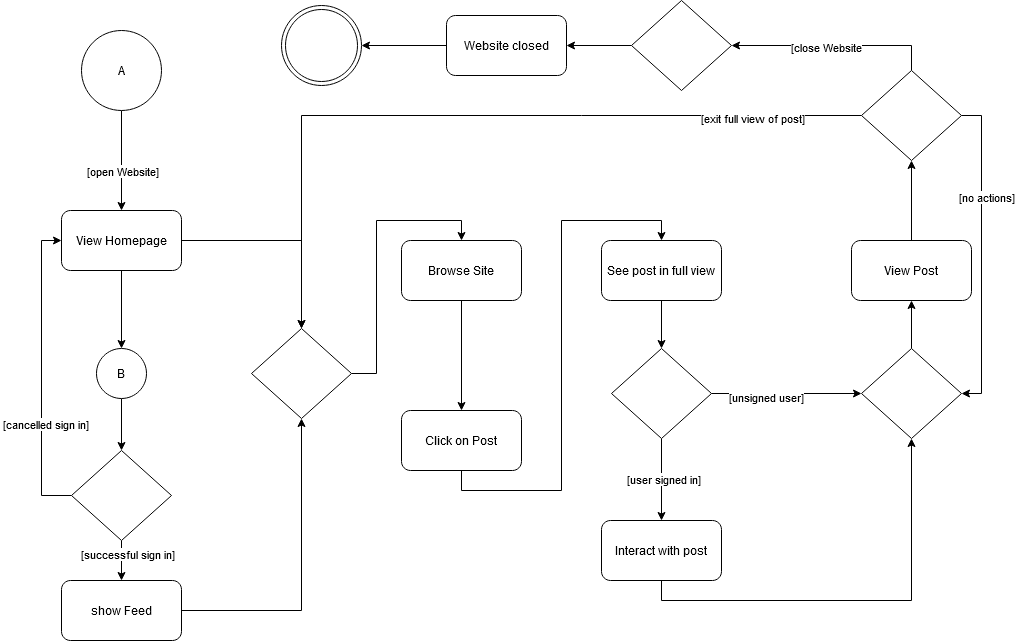
SE-TINF22B6/DHBWhub keeps this draw.io diagram as docs/diagrams/UserActivityThreadView.drawio.png. Above is the earlier version. Source tidied: cells renumbered, new cells last; positions are measured from the earlier drawing's top-left corner, leaving out a move shared by most shapes.
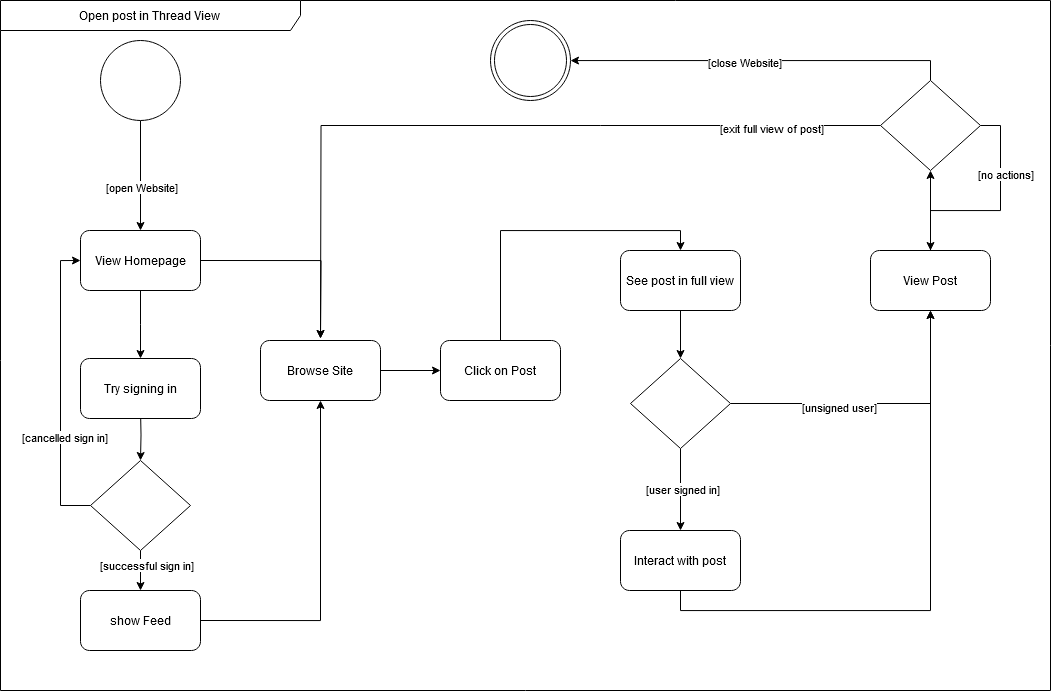
After the commit.

Change to the diagram source:
```diff
@@ -10,24 +10,27 @@
         <mxPoint x="4" as="offset" />
       </mxGeometry>
     </mxCell>
-    <mxCell id="4" value="A" style="ellipse;whiteSpace=wrap;html=1;" parent="1" vertex="1">
+    <mxCell id="4" style="ellipse;whiteSpace=wrap;html=1;" parent="1" vertex="1">
       <mxGeometry x="20" y="30" width="80" height="80" as="geometry" />
     </mxCell>
-    <mxCell id="5" style="edgeStyle=orthogonalEdgeStyle;rounded=0;jettySize=auto;html=1;exitX=0.5;exitY=1;exitDx=0;exitDy=0;entryX=0.5;entryY=0;entryDx=0;entryDy=0;" parent="1" edge="1" source="7" target="9">
-      <mxGeometry relative="1" as="geometry" />
+    <mxCell id="5" style="edgeStyle=orthogonalEdgeStyle;rounded=0;jettySize=auto;html=1;exitX=0.5;exitY=1;exitDx=0;exitDy=0;entryX=0.5;entryY=0;entryDx=0;entryDy=0;" parent="1" edge="1" source="7">
+      <mxGeometry relative="1" as="geometry">
+        <mxPoint x="60" y="348" as="targetPoint" />
+      </mxGeometry>
     </mxCell>
-    <mxCell id="6" style="edgeStyle=orthogonalEdgeStyle;rounded=0;jettySize=auto;html=1;exitX=1;exitY=0.5;exitDx=0;exitDy=0;entryX=0.5;entryY=0;entryDx=0;entryDy=0;" parent="1" edge="1" source="7" target="18">
-      <mxGeometry relative="1" as="geometry" />
+    <mxCell id="6" style="edgeStyle=orthogonalEdgeStyle;rounded=0;jettySize=auto;html=1;exitX=1;exitY=0.5;exitDx=0;exitDy=0;entryX=0.5;entryY=0;entryDx=0;entryDy=0;" parent="1" edge="1" source="7">
+      <mxGeometry relative="1" as="geometry">
+        <mxPoint x="240" y="328" as="targetPoint" />
+      </mxGeometry>
     </mxCell>
     <mxCell id="7" value="View Homepage" style="rounded=1;whiteSpace=wrap;html=1;" parent="1" vertex="1">
-      <mxGeometry y="210" width="120" height="60" as="geometry" />
+      <mxGeometry y="220" width="120" height="60" as="geometry" />
     </mxCell>
-    <mxCell id="8" style="edgeStyle=orthogonalEdgeStyle;rounded=0;jettySize=auto;html=1;exitX=0.5;exitY=1;exitDx=0;exitDy=0;entryX=0.5;entryY=0;entryDx=0;entryDy=0;" parent="1" edge="1" source="9" target="14">
-      <mxGeometry relative="1" as="geometry" />
+    <mxCell id="8" style="edgeStyle=orthogonalEdgeStyle;rounded=0;jettySize=auto;html=1;exitX=0.5;exitY=1;exitDx=0;exitDy=0;entryX=0.5;entryY=0;entryDx=0;entryDy=0;" parent="1" edge="1" target="14">
+      <mxGeometry relative="1" as="geometry">
+        <mxPoint x="60" y="398" as="sourcePoint" />
+      </mxGeometry>
     </mxCell>
-    <mxCell id="9" value="B" style="ellipse;whiteSpace=wrap;html=1;" parent="1" vertex="1">
-      <mxGeometry x="35" y="348" width="50" height="50" as="geometry" />
-    </mxCell>
     <mxCell id="10" style="edgeStyle=orthogonalEdgeStyle;rounded=0;jettySize=auto;html=1;exitX=0;exitY=0.5;exitDx=0;exitDy=0;entryX=0;entryY=0.5;entryDx=0;entryDy=0;" parent="1" edge="1" source="14" target="7">
       <mxGeometry relative="1" as="geometry" />
     </mxCell>
@@ -43,29 +46,23 @@
     <mxCell id="14" style="rhombus;whiteSpace=wrap;html=1;" parent="1" vertex="1">
       <mxGeometry x="10" y="450" width="100" height="90" as="geometry" />
     </mxCell>
-    <mxCell id="15" style="edgeStyle=orthogonalEdgeStyle;rounded=0;jettySize=auto;html=1;exitX=1;exitY=0.5;exitDx=0;exitDy=0;" parent="1" edge="1" source="16" target="18">
+    <mxCell id="15" style="edgeStyle=orthogonalEdgeStyle;rounded=0;jettySize=auto;html=1;exitX=1;exitY=0.5;exitDx=0;exitDy=0;entryX=0.5;entryY=1;entryDx=0;entryDy=0;" parent="1" edge="1" source="16" target="20">
       <mxGeometry relative="1" as="geometry" />
     </mxCell>
     <mxCell id="16" value="show Feed" style="rounded=1;whiteSpace=wrap;html=1;" parent="1" vertex="1">
       <mxGeometry y="580" width="120" height="60" as="geometry" />
     </mxCell>
-    <mxCell id="17" style="edgeStyle=orthogonalEdgeStyle;rounded=0;jettySize=auto;html=1;exitX=1;exitY=0.5;exitDx=0;exitDy=0;entryX=0.5;entryY=0;entryDx=0;entryDy=0;" parent="1" edge="1" source="18" target="20">
-      <mxGeometry relative="1" as="geometry" />
-    </mxCell>
-    <mxCell id="18" style="rhombus;whiteSpace=wrap;html=1;" parent="1" vertex="1">
-      <mxGeometry x="190" y="328" width="100" height="90" as="geometry" />
-    </mxCell>
-    <mxCell id="19" style="edgeStyle=orthogonalEdgeStyle;rounded=0;jettySize=auto;html=1;exitX=0.5;exitY=1;exitDx=0;exitDy=0;entryX=0.5;entryY=0;entryDx=0;entryDy=0;" parent="1" edge="1" source="20" target="22">
+    <mxCell id="19" style="edgeStyle=orthogonalEdgeStyle;rounded=0;jettySize=auto;html=1;exitX=1;exitY=0.5;exitDx=0;exitDy=0;entryX=0;entryY=0.5;entryDx=0;entryDy=0;" parent="1" edge="1" source="20" target="22">
       <mxGeometry relative="1" as="geometry" />
     </mxCell>
     <mxCell id="20" value="Browse Site" style="rounded=1;whiteSpace=wrap;html=1;" parent="1" vertex="1">
-      <mxGeometry x="340" y="240" width="120" height="60" as="geometry" />
+      <mxGeometry x="180" y="330" width="120" height="60" as="geometry" />
     </mxCell>
-    <mxCell id="21" style="edgeStyle=orthogonalEdgeStyle;rounded=0;jettySize=auto;html=1;exitX=0.5;exitY=1;exitDx=0;exitDy=0;entryX=0.5;entryY=0;entryDx=0;entryDy=0;" parent="1" edge="1" source="22" target="24">
+    <mxCell id="21" style="edgeStyle=orthogonalEdgeStyle;rounded=0;jettySize=auto;html=1;exitX=0.5;exitY=0;exitDx=0;exitDy=0;entryX=0.5;entryY=0;entryDx=0;entryDy=0;" parent="1" edge="1" source="22" target="24">
       <mxGeometry relative="1" as="geometry" />
     </mxCell>
     <mxCell id="22" value="Click on Post" style="rounded=1;whiteSpace=wrap;html=1;" parent="1" vertex="1">
-      <mxGeometry x="340" y="410" width="120" height="60" as="geometry" />
+      <mxGeometry x="360" y="330" width="120" height="60" as="geometry" />
     </mxCell>
     <mxCell id="23" style="edgeStyle=orthogonalEdgeStyle;rounded=0;jettySize=auto;html=1;exitX=0.5;exitY=1;exitDx=0;exitDy=0;entryX=0.5;entryY=0;entryDx=0;entryDy=0;" parent="1" edge="1" source="24" target="29">
       <mxGeometry relative="1" as="geometry" />
@@ -79,7 +76,7 @@
     <mxCell id="26" value="[user signed in]" style="edgeLabel;html=1;align=center;verticalAlign=middle;" parent="25" vertex="1">
       <mxGeometry x="-0.02" y="1" relative="1" as="geometry" />
     </mxCell>
-    <mxCell id="27" style="edgeStyle=orthogonalEdgeStyle;rounded=0;jettySize=auto;html=1;exitX=1;exitY=0.5;exitDx=0;exitDy=0;entryX=0;entryY=0.5;entryDx=0;entryDy=0;" parent="1" edge="1" source="29" target="33">
+    <mxCell id="27" style="edgeStyle=orthogonalEdgeStyle;rounded=0;jettySize=auto;html=1;exitX=1;exitY=0.5;exitDx=0;exitDy=0;entryX=0.5;entryY=1;entryDx=0;entryDy=0;" parent="1" edge="1" source="29" target="35">
       <mxGeometry relative="1" as="geometry" />
     </mxCell>
     <mxCell id="28" value="[unsigned user]" style="edgeLabel;html=1;align=center;verticalAlign=middle;" parent="27" vertex="1">
@@ -90,25 +87,19 @@
     <mxCell id="29" style="rhombus;whiteSpace=wrap;html=1;" parent="1" vertex="1">
       <mxGeometry x="550" y="348" width="100" height="90" as="geometry" />
     </mxCell>
-    <mxCell id="30" style="edgeStyle=orthogonalEdgeStyle;rounded=0;jettySize=auto;html=1;exitX=0.5;exitY=1;exitDx=0;exitDy=0;entryX=0.5;entryY=1;entryDx=0;entryDy=0;" parent="1" edge="1" source="31" target="33">
+    <mxCell id="30" style="edgeStyle=orthogonalEdgeStyle;rounded=0;jettySize=auto;html=1;exitX=0.5;exitY=1;exitDx=0;exitDy=0;entryX=0.5;entryY=1;entryDx=0;entryDy=0;" parent="1" edge="1" source="31" target="35">
       <mxGeometry relative="1" as="geometry" />
     </mxCell>
     <mxCell id="31" value="Interact with post" style="rounded=1;whiteSpace=wrap;html=1;" parent="1" vertex="1">
       <mxGeometry x="540" y="520" width="120" height="60" as="geometry" />
     </mxCell>
-    <mxCell id="32" style="edgeStyle=orthogonalEdgeStyle;rounded=0;jettySize=auto;html=1;exitX=0.5;exitY=0;exitDx=0;exitDy=0;entryX=0.5;entryY=1;entryDx=0;entryDy=0;" parent="1" edge="1" source="33" target="35">
-      <mxGeometry relative="1" as="geometry" />
-    </mxCell>
-    <mxCell id="33" style="rhombus;whiteSpace=wrap;html=1;" parent="1" vertex="1">
-      <mxGeometry x="800" y="348" width="100" height="90" as="geometry" />
-    </mxCell>
     <mxCell id="34" style="edgeStyle=orthogonalEdgeStyle;rounded=0;jettySize=auto;html=1;exitX=0.5;exitY=0;exitDx=0;exitDy=0;entryX=0.5;entryY=1;entryDx=0;entryDy=0;" parent="1" edge="1" source="35" target="42">
       <mxGeometry relative="1" as="geometry" />
     </mxCell>
     <mxCell id="35" value="View Post" style="rounded=1;whiteSpace=wrap;html=1;" parent="1" vertex="1">
       <mxGeometry x="790" y="240" width="120" height="60" as="geometry" />
     </mxCell>
-    <mxCell id="36" style="edgeStyle=orthogonalEdgeStyle;rounded=0;jettySize=auto;html=1;exitX=1;exitY=0.5;exitDx=0;exitDy=0;entryX=1;entryY=0.5;entryDx=0;entryDy=0;" parent="1" edge="1" source="42" target="33">
+    <mxCell id="36" style="edgeStyle=orthogonalEdgeStyle;rounded=0;jettySize=auto;html=1;exitX=1;exitY=0.5;exitDx=0;exitDy=0;" parent="1" edge="1" source="42" target="35">
       <mxGeometry relative="1" as="geometry" />
     </mxCell>
     <mxCell id="37" value="[no actions]" style="edgeLabel;html=1;align=center;verticalAlign=middle;" parent="36" vertex="1">
@@ -116,16 +107,18 @@
         <mxPoint y="-1" as="offset" />
       </mxGeometry>
     </mxCell>
-    <mxCell id="38" style="edgeStyle=orthogonalEdgeStyle;rounded=0;jettySize=auto;html=1;exitX=0;exitY=0.5;exitDx=0;exitDy=0;" parent="1" edge="1" source="42" target="18">
-      <mxGeometry relative="1" as="geometry" />
+    <mxCell id="38" style="edgeStyle=orthogonalEdgeStyle;rounded=0;jettySize=auto;html=1;exitX=0;exitY=0.5;exitDx=0;exitDy=0;" parent="1" edge="1" source="42">
+      <mxGeometry relative="1" as="geometry">
+        <mxPoint x="240" y="328" as="targetPoint" />
+      </mxGeometry>
     </mxCell>
     <mxCell id="39" value="[exit full view of post]" style="edgeLabel;html=1;align=center;verticalAlign=middle;" parent="38" vertex="1">
       <mxGeometry x="-0.72" y="2" relative="1" as="geometry" />
     </mxCell>
-    <mxCell id="40" style="edgeStyle=orthogonalEdgeStyle;rounded=0;jettySize=auto;html=1;exitX=0.5;exitY=0;exitDx=0;exitDy=0;entryX=1;entryY=0.5;entryDx=0;entryDy=0;" parent="1" edge="1" source="42" target="44">
+    <mxCell id="40" style="edgeStyle=orthogonalEdgeStyle;rounded=0;jettySize=auto;html=1;exitX=0.5;exitY=0;exitDx=0;exitDy=0;" parent="1" edge="1" source="42" target="47">
       <mxGeometry relative="1" as="geometry" />
     </mxCell>
-    <mxCell id="41" value="[close Website" style="edgeLabel;html=1;align=center;verticalAlign=middle;" parent="40" vertex="1">
+    <mxCell id="41" value="[close Website]" style="edgeLabel;html=1;align=center;verticalAlign=middle;" parent="40" vertex="1">
       <mxGeometry x="0.08" y="1" relative="1" as="geometry">
         <mxPoint x="-1" as="offset" />
       </mxGeometry>
@@ -133,20 +126,14 @@
     <mxCell id="42" style="rhombus;whiteSpace=wrap;html=1;" parent="1" vertex="1">
       <mxGeometry x="800" y="70" width="100" height="90" as="geometry" />
     </mxCell>
-    <mxCell id="43" style="edgeStyle=orthogonalEdgeStyle;rounded=0;jettySize=auto;html=1;exitX=0;exitY=0.5;exitDx=0;exitDy=0;entryX=1;entryY=0.5;entryDx=0;entryDy=0;" parent="1" edge="1" source="44" target="46">
-      <mxGeometry relative="1" as="geometry" />
-    </mxCell>
-    <mxCell id="44" style="rhombus;whiteSpace=wrap;html=1;" parent="1" vertex="1">
-      <mxGeometry x="570" width="100" height="90" as="geometry" />
-    </mxCell>
-    <mxCell id="45" style="edgeStyle=orthogonalEdgeStyle;rounded=0;jettySize=auto;html=1;exitX=0;exitY=0.5;exitDx=0;exitDy=0;entryX=1;entryY=0.5;entryDx=0;entryDy=0;" parent="1" edge="1" source="46" target="47">
-      <mxGeometry relative="1" as="geometry" />
-    </mxCell>
-    <mxCell id="46" value="Website closed" style="rounded=1;whiteSpace=wrap;html=1;" parent="1" vertex="1">
-      <mxGeometry x="385" y="15" width="120" height="60" as="geometry" />
-    </mxCell>
     <mxCell id="47" style="ellipse;shape=doubleEllipse;whiteSpace=wrap;html=1;" parent="1" vertex="1">
-      <mxGeometry x="220" y="5" width="80" height="80" as="geometry" />
+      <mxGeometry x="410" y="10" width="80" height="80" as="geometry" />
     </mxCell>
+    <mxCell id="48" value="Try signing in" style="rounded=1;whiteSpace=wrap;html=1;" parent="1" vertex="1">
+      <mxGeometry y="348" width="120" height="60" as="geometry" />
+    </mxCell>
+    <mxCell id="49" value="Open post in Thread View " style="shape=umlFrame;whiteSpace=wrap;html=1;width=300;height=30;" parent="1" vertex="1">
+      <mxGeometry x="-80" y="-10" width="1050" height="690" as="geometry" />
+    </mxCell>
   </root>
 </mxGraphModel>
```
